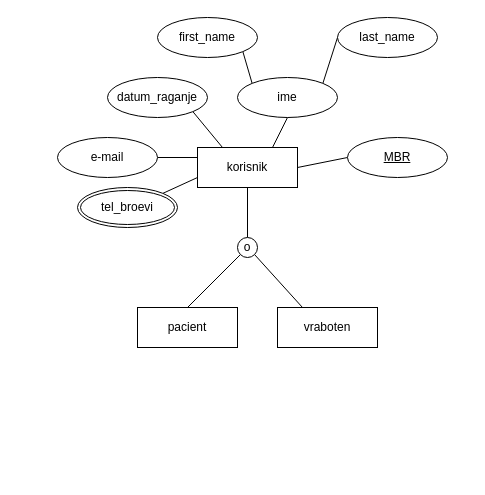
Above: lab2.drawio in loramarku9/BAZInaPODATOCI (draw.io), before the change. Source tidied: cells renumbered, new cells numbered last; positions are measured from the earlier drawing's top-left corner, leaving out a move shared by most shapes. Both pictures are drawn from the tidied source at 100%, with x=0, y=0 at pixel (57, 17).
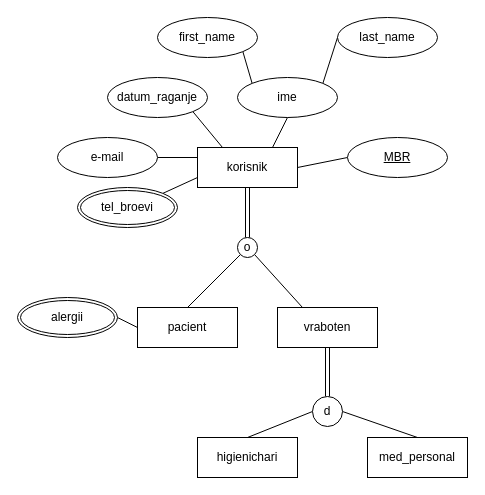
After the change.

Unchanged cells that the change refers to:
```xml
<mxCell id="7" value="korisnik" style="whiteSpace=wrap;html=1;align=center;" parent="1" vertex="1">
  <mxGeometry x="140" y="130" width="100" height="40" as="geometry" />
</mxCell>
<mxCell id="18" value="vraboten" style="whiteSpace=wrap;html=1;align=center;" parent="1" vertex="1">
  <mxGeometry x="220" y="290" width="100" height="40" as="geometry" />
</mxCell>
<mxCell id="20" value="pacient" style="whiteSpace=wrap;html=1;align=center;" parent="1" vertex="1">
  <mxGeometry x="80" y="290" width="100" height="40" as="geometry" />
</mxCell>
<mxCell id="22" value="o" style="ellipse;whiteSpace=wrap;html=1;shapeInside=1;" parent="1" vertex="1">
  <mxGeometry x="180" y="220" width="20" height="20" as="geometry" />
</mxCell>
```

Diff of the diagram source:
```diff
@@
-    <mxCell id="6" style="edgeStyle=none;shape=connector;rounded=0;jettySize=auto;html=1;exitX=0.5;exitY=1;exitDx=0;exitDy=0;entryX=0.5;entryY=0;entryDx=0;entryDy=0;strokeColor=default;align=center;verticalAlign=middle;fontFamily=Helvetica;fontSize=11;fontColor=default;labelBackgroundColor=default;defaultLabelBackgroundColor=page;endArrow=none;endFill=0;" parent="1" edge="1" source="7" target="22">
+    <mxCell id="6" style="edgeStyle=none;shape=link;rounded=0;jettySize=auto;html=1;exitX=0.5;exitY=1;exitDx=0;exitDy=0;entryX=0.5;entryY=0;entryDx=0;entryDy=0;strokeColor=default;align=center;verticalAlign=middle;fontFamily=Helvetica;fontSize=11;fontColor=default;labelBackgroundColor=default;defaultLabelBackgroundColor=page;endArrow=none;endFill=0;" parent="1" edge="1" source="7" target="22">
       <mxGeometry relative="1" as="geometry" />
     </mxCell>
@@
+    <mxCell id="23" style="edgeStyle=none;shape=connector;rounded=0;jettySize=auto;html=1;exitX=0;exitY=0.5;exitDx=0;exitDy=0;entryX=1;entryY=0.5;entryDx=0;entryDy=0;strokeColor=default;align=center;verticalAlign=middle;fontFamily=Helvetica;fontSize=11;fontColor=default;labelBackgroundColor=default;defaultLabelBackgroundColor=page;endArrow=none;endFill=0;" parent="1" edge="1" source="20" target="24">
+      <mxGeometry relative="1" as="geometry" />
+    </mxCell>
@@
+    <mxCell id="24" value="alergii" style="ellipse;shape=doubleEllipse;margin=3;whiteSpace=wrap;html=1;align=center;" parent="1" vertex="1">
+      <mxGeometry x="-40" y="280" width="100" height="40" as="geometry" />
+    </mxCell>
+    <mxCell id="25" style="edgeStyle=none;shape=connector;rounded=0;jettySize=auto;html=1;exitX=0.5;exitY=0;exitDx=0;exitDy=0;entryX=0;entryY=0.5;entryDx=0;entryDy=0;strokeColor=default;align=center;verticalAlign=middle;fontFamily=Helvetica;fontSize=11;fontColor=default;labelBackgroundColor=default;defaultLabelBackgroundColor=page;endArrow=none;endFill=0;" parent="1" edge="1" source="26" target="30">
+      <mxGeometry relative="1" as="geometry" />
+    </mxCell>
+    <mxCell id="26" value="higienichari" style="whiteSpace=wrap;html=1;align=center;" parent="1" vertex="1">
+      <mxGeometry x="140" y="420" width="100" height="40" as="geometry" />
+    </mxCell>
+    <mxCell id="27" value="med_personal" style="whiteSpace=wrap;html=1;align=center;" parent="1" vertex="1">
+      <mxGeometry x="310" y="420" width="100" height="40" as="geometry" />
+    </mxCell>
+    <mxCell id="28" style="edgeStyle=none;shape=connector;rounded=0;jettySize=auto;html=1;exitX=1;exitY=0.5;exitDx=0;exitDy=0;entryX=0.5;entryY=0;entryDx=0;entryDy=0;strokeColor=default;align=center;verticalAlign=middle;fontFamily=Helvetica;fontSize=11;fontColor=default;labelBackgroundColor=default;defaultLabelBackgroundColor=page;endArrow=none;endFill=0;" parent="1" edge="1" source="30" target="27">
+      <mxGeometry relative="1" as="geometry" />
+    </mxCell>
+    <mxCell id="29" style="edgeStyle=none;shape=link;rounded=0;jettySize=auto;html=1;exitX=0.5;exitY=0;exitDx=0;exitDy=0;entryX=0.5;entryY=1;entryDx=0;entryDy=0;strokeColor=default;align=center;verticalAlign=middle;fontFamily=Helvetica;fontSize=11;fontColor=default;labelBackgroundColor=default;defaultLabelBackgroundColor=page;endArrow=none;endFill=0;" parent="1" edge="1" source="30" target="18">
+      <mxGeometry relative="1" as="geometry" />
+    </mxCell>
+    <mxCell id="30" value="d" style="ellipse;whiteSpace=wrap;html=1;shapeInside=1;" parent="1" vertex="1">
+      <mxGeometry x="255" y="379" width="30" height="30" as="geometry" />
+    </mxCell>
```
